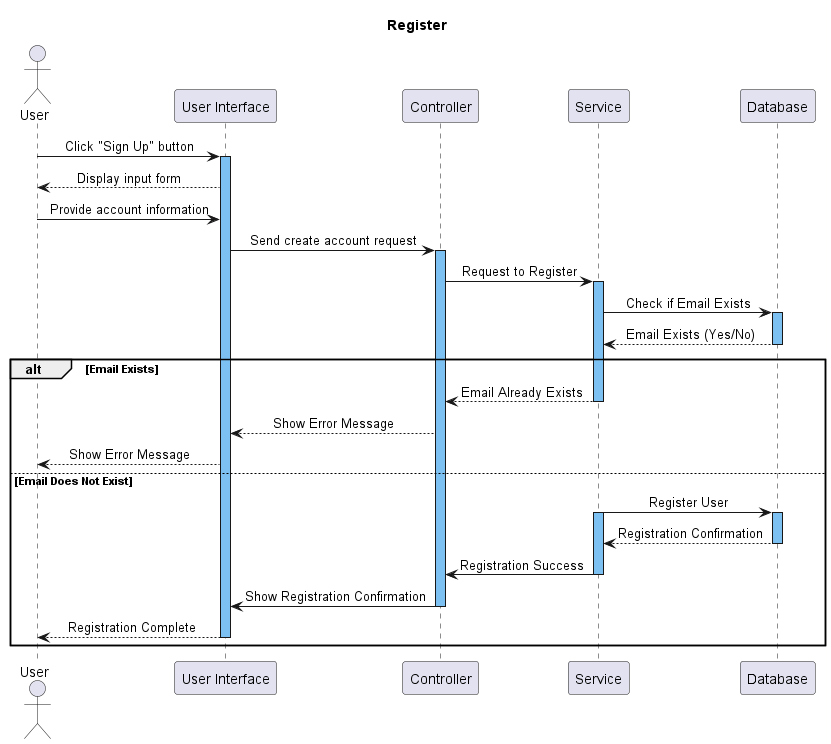
nguyentanhueqn123/SE357.O12.PMCL.1 keeps this PlantUML diagram as Lab1/Lab 1.2/Sequence Diagrams/General/Register.png. Above is the earlier version.
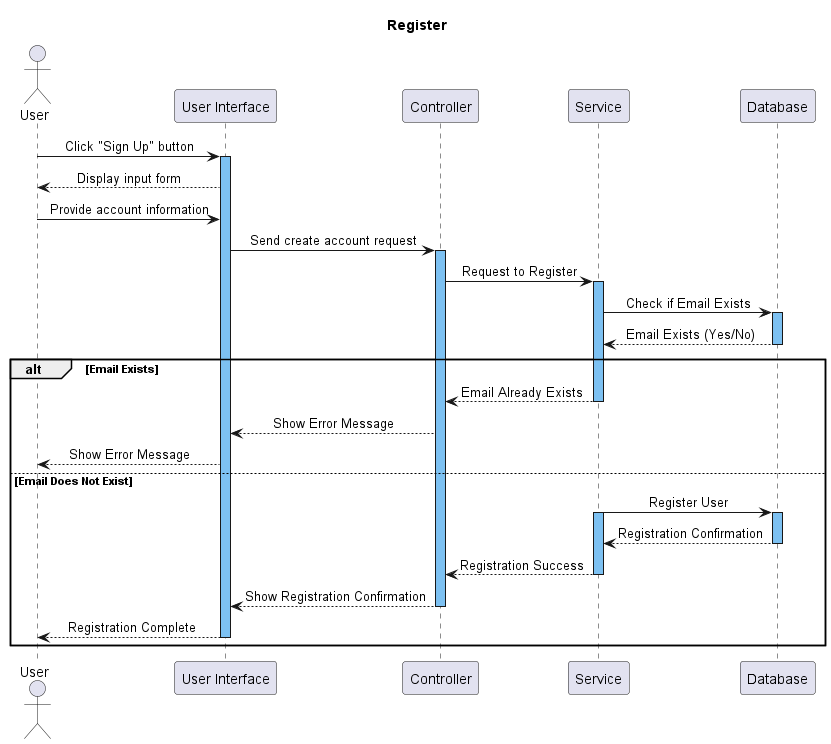
Later version of the same file.

Commit message:
update sequence diagram Register.png

What changed in the source:
```diff
@@ -35,9 +35,9 @@
   activate DB $b
   DB --> Service: Registration Confirmation
   deactivate DB
-  Service -> Controller: Registration Success
+  Service --> Controller: Registration Success
   deactivate Service
-  Controller -> UI: Show Registration Confirmation
+  Controller --> UI: Show Registration Confirmation
   deactivate Controller
   UI --> User: Registration Complete
     deactivate UI
```
